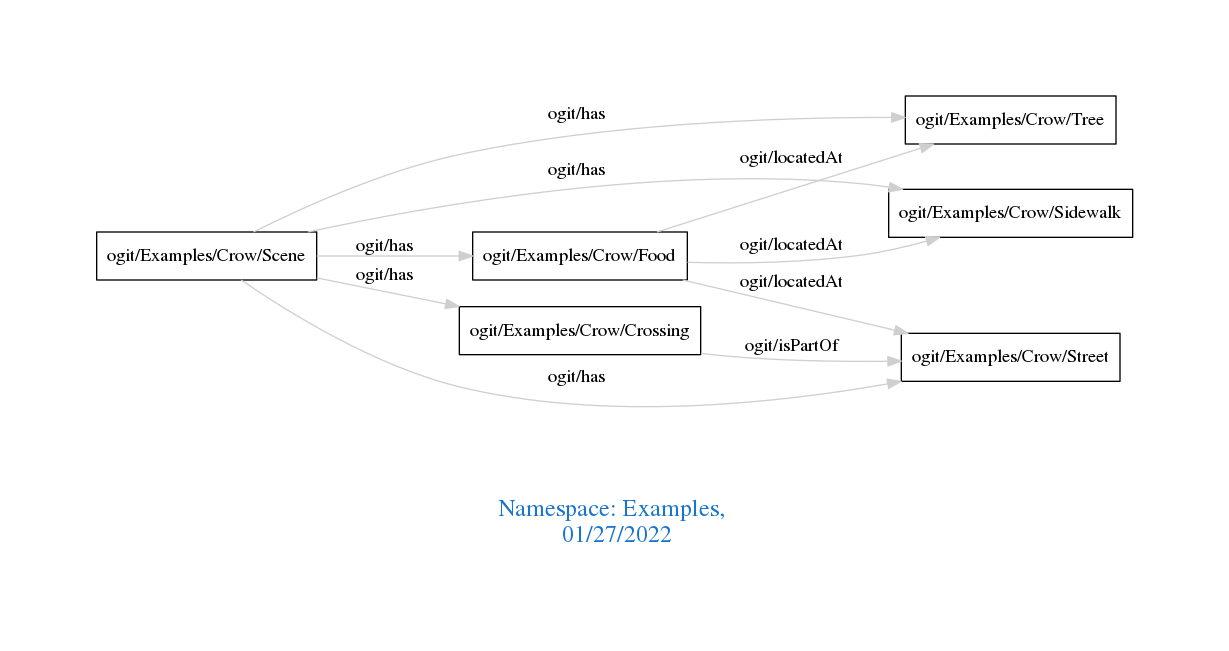
The Graphviz diagram downloads/Examples.png in arago/OGIT, before a commit. Its source is kept beside it as downloads/Examples.dot.
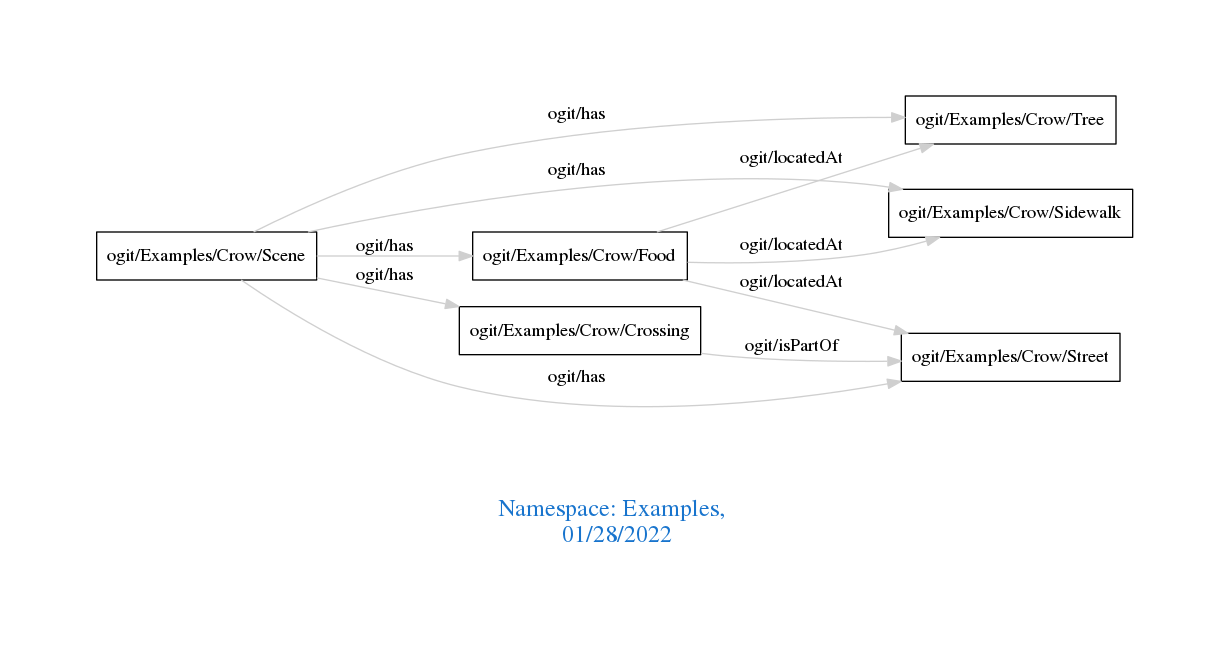
The same file after the commit.

What changed in the source:
```diff
@@ -1,7 +1,7 @@
 digraph OGIT_ontology {
  graph [ rankdir= LR,pad=1
 fontsize = 18,
-fontcolor= dodgerblue3,label = "\n\n\nNamespace: Examples, \n 01/27/2022"];
+fontcolor= dodgerblue3,label = "\n\n\nNamespace: Examples, \n 01/28/2022"];
 node[shape=polygon];
 edge [  color="gray81"];
 
```
